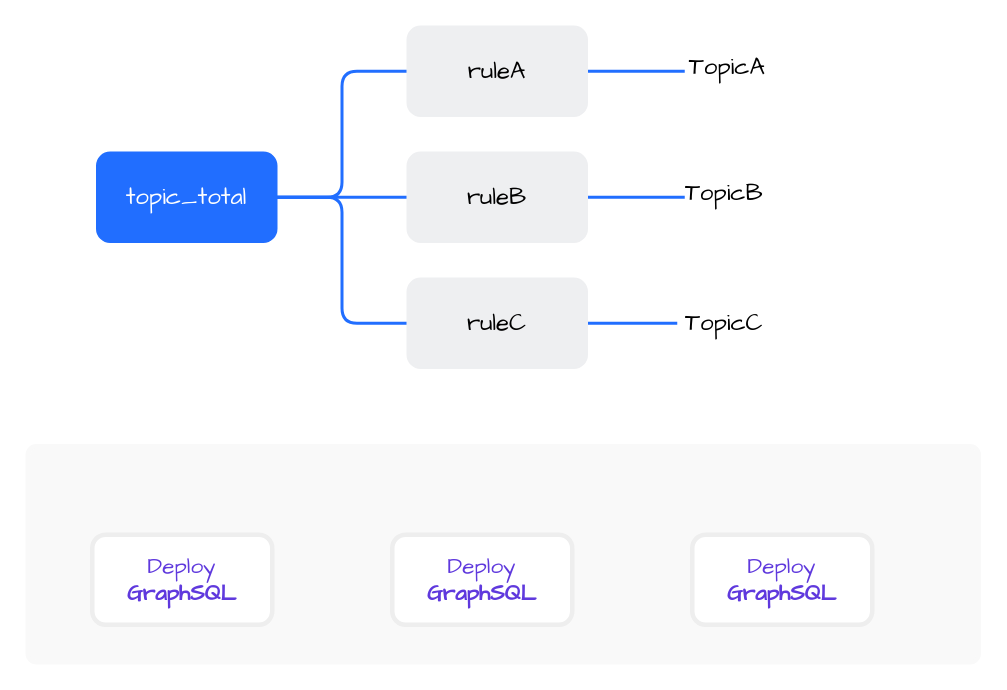
Earlier version of the draw.io diagram trigger_action.drawio (2pc/mydrawio). Source tidied: cells renumbered, new cells numbered last; positions are measured from the earlier drawing's top-left corner, leaving out a move shared by most shapes. Both pictures are drawn from the tidied source at 150%, with x=0, y=0 at pixel (27, 26).
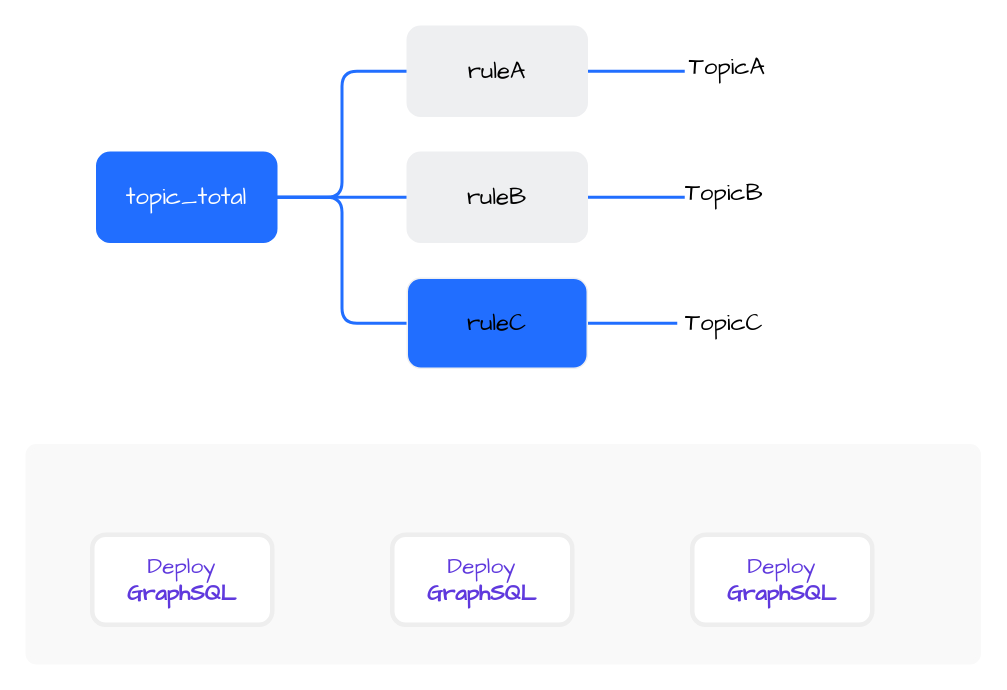
The same page after the edit.

The edit, as a diff of the source:
```diff
@@
-    <mxCell id="15" value="&lt;font style=&quot;font-size: 16px&quot; face=&quot;Comic Sans MS&quot;&gt;ruleC&lt;/font&gt;" style="rounded=1;whiteSpace=wrap;html=1;fillColor=#EEEFF1;strokeColor=#EEEFF1;fontColor=#000000;" parent="1" vertex="1">
+    <mxCell id="15" value="&lt;font style=&quot;font-size: 16px&quot; face=&quot;Comic Sans MS&quot;&gt;ruleC&lt;/font&gt;" style="rounded=1;whiteSpace=wrap;html=1;fillColor=#216EFF;strokeColor=#EEEFF1;fontColor=#000000;" parent="1" vertex="1">
       <mxGeometry x="253" y="168" width="120" height="60" as="geometry" />
     </mxCell>
```
